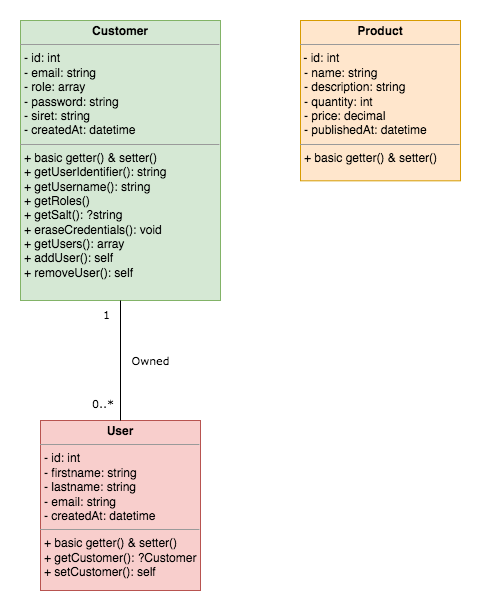
The draw.io diagram UML/class_diagram.png in ashk74/P7_bilemo, before a commit. Source tidied: cells renumbered, new cells last; positions are measured from the earlier drawing's top-left corner, leaving out a move shared by most shapes.
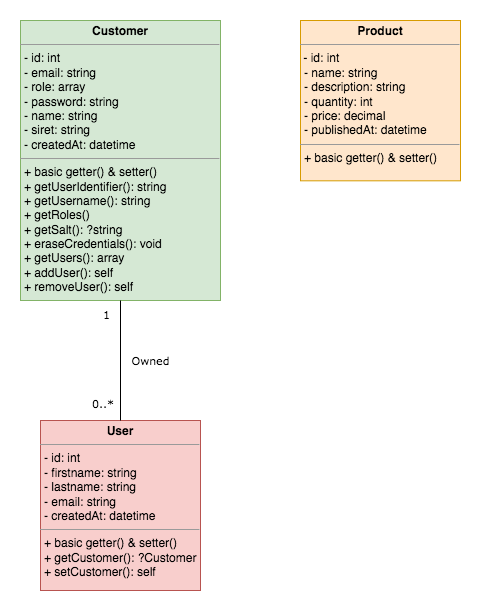
Above is the later version.

Commit message:
Update Class Diagram

Diff of the diagram source:
```diff
@@ -2,7 +2,7 @@
   <root>
     <mxCell id="0" />
     <mxCell id="1" parent="0" />
-    <mxCell id="2" value="&lt;p style=&quot;margin: 0px ; margin-top: 4px ; text-align: center&quot;&gt;&lt;b&gt;Customer&lt;/b&gt;&lt;/p&gt;&lt;hr size=&quot;1&quot;&gt;&lt;p style=&quot;margin: 0px ; margin-left: 4px&quot;&gt;- id: int&lt;/p&gt;&lt;p style=&quot;margin: 0px ; margin-left: 4px&quot;&gt;- email: string&lt;/p&gt;&lt;p style=&quot;margin: 0px 0px 0px 4px&quot;&gt;- role: array&lt;/p&gt;&lt;p style=&quot;margin: 0px ; margin-left: 4px&quot;&gt;&lt;span&gt;- password: string&lt;/span&gt;&lt;br&gt;&lt;/p&gt;&lt;p style=&quot;margin: 0px ; margin-left: 4px&quot;&gt;&lt;span&gt;- siret: string&lt;/span&gt;&lt;br&gt;&lt;/p&gt;&lt;p style=&quot;margin: 0px ; margin-left: 4px&quot;&gt;- createdAt: datetime&lt;/p&gt;&lt;hr size=&quot;1&quot;&gt;&lt;p style=&quot;margin: 0px 0px 0px 4px&quot;&gt;+ basic getter() &amp;amp; setter()&lt;/p&gt;&lt;p style=&quot;margin: 0px 0px 0px 4px&quot;&gt;+ getUserIdentifier(): string&lt;/p&gt;&lt;p style=&quot;margin: 0px 0px 0px 4px&quot;&gt;+ getUsername(): string&lt;/p&gt;&lt;p style=&quot;margin: 0px 0px 0px 4px&quot;&gt;+ getRoles()&lt;/p&gt;&lt;p style=&quot;margin: 0px 0px 0px 4px&quot;&gt;+ getSalt(): ?string&lt;/p&gt;&lt;p style=&quot;margin: 0px 0px 0px 4px&quot;&gt;+ eraseCredentials(): void&lt;/p&gt;&lt;p style=&quot;margin: 0px 0px 0px 4px&quot;&gt;+ getUsers(): array&lt;/p&gt;&lt;p style=&quot;margin: 0px 0px 0px 4px&quot;&gt;+ addUser(): self&lt;/p&gt;&lt;p style=&quot;margin: 0px 0px 0px 4px&quot;&gt;+ removeUser(): self&lt;/p&gt;" style="verticalAlign=top;align=left;overflow=fill;fontSize=12;fontFamily=Helvetica;html=1;labelBackgroundColor=none;fillColor=#d5e8d4;strokeColor=#82b366;" parent="1" vertex="1">
+    <mxCell id="2" value="&lt;p style=&quot;margin: 0px ; margin-top: 4px ; text-align: center&quot;&gt;&lt;b&gt;Customer&lt;/b&gt;&lt;/p&gt;&lt;hr size=&quot;1&quot;&gt;&lt;p style=&quot;margin: 0px ; margin-left: 4px&quot;&gt;- id: int&lt;/p&gt;&lt;p style=&quot;margin: 0px ; margin-left: 4px&quot;&gt;- email: string&lt;/p&gt;&lt;p style=&quot;margin: 0px 0px 0px 4px&quot;&gt;- role: array&lt;/p&gt;&lt;p style=&quot;margin: 0px ; margin-left: 4px&quot;&gt;&lt;span&gt;- password: string&lt;/span&gt;&lt;br&gt;&lt;/p&gt;&lt;p style=&quot;margin: 0px ; margin-left: 4px&quot;&gt;&lt;span&gt;- name: string&lt;/span&gt;&lt;/p&gt;&lt;p style=&quot;margin: 0px ; margin-left: 4px&quot;&gt;&lt;span&gt;- siret: string&lt;/span&gt;&lt;br&gt;&lt;/p&gt;&lt;p style=&quot;margin: 0px ; margin-left: 4px&quot;&gt;- createdAt: datetime&lt;/p&gt;&lt;hr size=&quot;1&quot;&gt;&lt;p style=&quot;margin: 0px 0px 0px 4px&quot;&gt;+ basic getter() &amp;amp; setter()&lt;/p&gt;&lt;p style=&quot;margin: 0px 0px 0px 4px&quot;&gt;+ getUserIdentifier(): string&lt;/p&gt;&lt;p style=&quot;margin: 0px 0px 0px 4px&quot;&gt;+ getUsername(): string&lt;/p&gt;&lt;p style=&quot;margin: 0px 0px 0px 4px&quot;&gt;+ getRoles()&lt;/p&gt;&lt;p style=&quot;margin: 0px 0px 0px 4px&quot;&gt;+ getSalt(): ?string&lt;/p&gt;&lt;p style=&quot;margin: 0px 0px 0px 4px&quot;&gt;+ eraseCredentials(): void&lt;/p&gt;&lt;p style=&quot;margin: 0px 0px 0px 4px&quot;&gt;+ getUsers(): array&lt;/p&gt;&lt;p style=&quot;margin: 0px 0px 0px 4px&quot;&gt;+ addUser(): self&lt;/p&gt;&lt;p style=&quot;margin: 0px 0px 0px 4px&quot;&gt;+ removeUser(): self&lt;/p&gt;" style="verticalAlign=top;align=left;overflow=fill;fontSize=12;fontFamily=Helvetica;html=1;labelBackgroundColor=none;fillColor=#d5e8d4;strokeColor=#82b366;" parent="1" vertex="1">
       <mxGeometry width="200" height="280" as="geometry" />
     </mxCell>
     <mxCell id="3" value="&lt;p style=&quot;margin: 0px ; margin-top: 4px ; text-align: center&quot;&gt;&lt;b&gt;User&lt;/b&gt;&lt;/p&gt;&lt;hr size=&quot;1&quot;&gt;&lt;p style=&quot;margin: 0px ; margin-left: 4px&quot;&gt;- id: int&lt;/p&gt;&lt;p style=&quot;margin: 0px ; margin-left: 4px&quot;&gt;&lt;span&gt;- firstname: string&lt;/span&gt;&lt;br&gt;&lt;/p&gt;&lt;p style=&quot;margin: 0px ; margin-left: 4px&quot;&gt;- lastname: string&lt;/p&gt;&lt;p style=&quot;margin: 0px ; margin-left: 4px&quot;&gt;- email: string&lt;/p&gt;&lt;p style=&quot;margin: 0px ; margin-left: 4px&quot;&gt;- createdAt: datetime&lt;/p&gt;&lt;hr size=&quot;1&quot;&gt;&lt;p style=&quot;margin: 0px 0px 0px 4px&quot;&gt;+ basic getter() &amp;amp; setter()&lt;/p&gt;&lt;p style=&quot;margin: 0px 0px 0px 4px&quot;&gt;+ getCustomer(): ?Customer&lt;/p&gt;&lt;p style=&quot;margin: 0px 0px 0px 4px&quot;&gt;+ setCustomer(): self&lt;/p&gt;" style="verticalAlign=top;align=left;overflow=fill;fontSize=12;fontFamily=Helvetica;html=1;labelBackgroundColor=none;fillColor=#f8cecc;strokeColor=#b85450;" parent="1" vertex="1">
```
